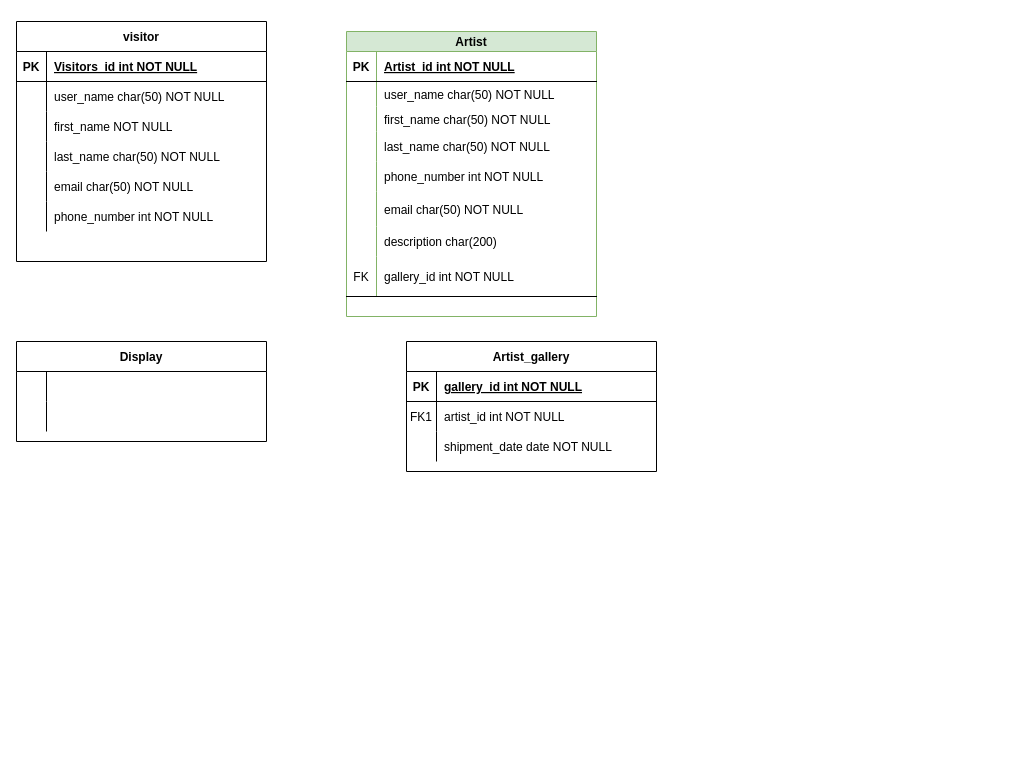
This is Untitled Diagram.drawio from VirtualGallery/Entity-Relationship-Model, a draw.io file, before an edit. Source tidied: cells renumbered, new cells numbered last; positions are measured from the earlier drawing's top-left corner, leaving out a move shared by most shapes. Both pictures are drawn from the tidied source at 100%, with x=0, y=0 at pixel (16, 21).
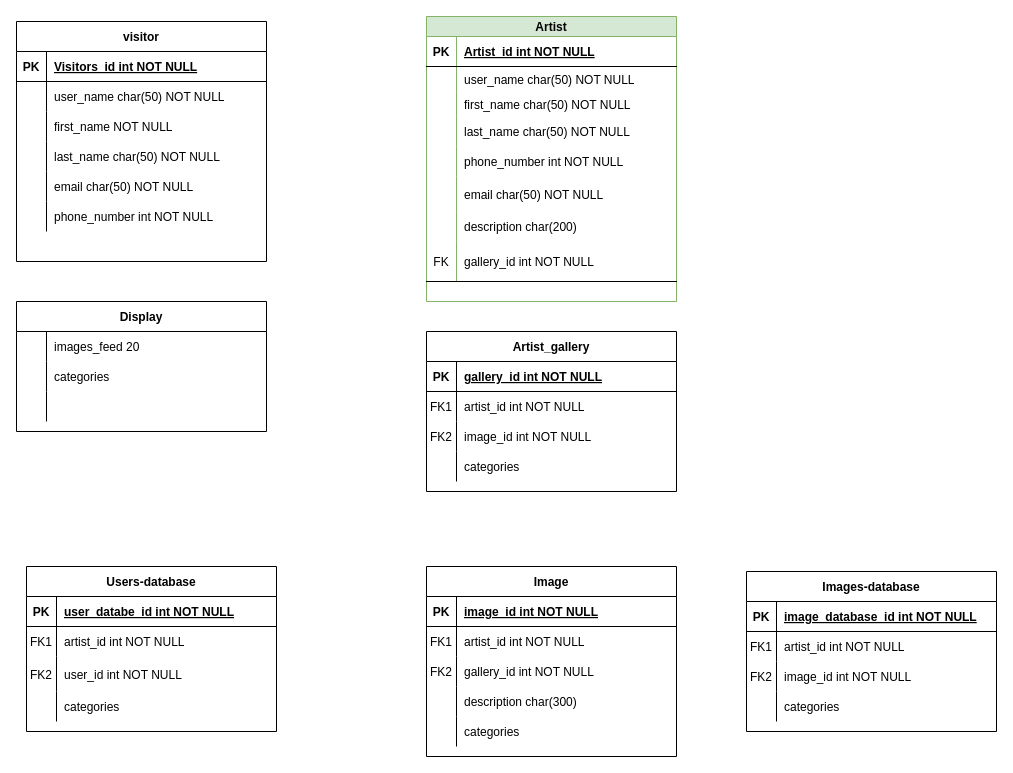
Above is the later version.

The edit, as a diff of the source:
```diff
@@
-    <mxCell id="21" value="Artist_gallery" style="shape=table;startSize=30;childLayout=tableLayout;rowLines=0;fontStyle=1;align=center;" parent="1" vertex="1">
-      <mxGeometry x="390" y="320" width="250" height="130" as="geometry" />
-    </mxCell>
-    <mxCell id="22" style="shape=partialRectangle;fillColor=none;top=0;left=0;right=0;bottom=1;" parent="21" vertex="1">
-      <mxGeometry y="30" width="250" height="30" as="geometry" />
-    </mxCell>
-    <mxCell id="23" value="PK" style="shape=partialRectangle;overflow=hidden;fillColor=none;top=0;left=0;bottom=0;right=0;fontStyle=1;" parent="22" vertex="1">
-      <mxGeometry width="30" height="30" as="geometry" />
-    </mxCell>
-    <mxCell id="24" value="gallery_id int NOT NULL " style="shape=partialRectangle;overflow=hidden;fillColor=none;top=0;left=0;bottom=0;right=0;align=left;spacingLeft=6;fontStyle=5;" parent="22" vertex="1">
-      <mxGeometry x="30" width="220" height="30" as="geometry" />
-    </mxCell>
-    <mxCell id="25" style="shape=partialRectangle;fillColor=none;top=0;left=0;right=0;bottom=0;" parent="21" vertex="1">
-      <mxGeometry y="60" width="250" height="30" as="geometry" />
-    </mxCell>
-    <mxCell id="26" value="FK1" style="shape=partialRectangle;overflow=hidden;fillColor=none;top=0;left=0;bottom=0;right=0;" parent="25" vertex="1">
-      <mxGeometry width="30" height="30" as="geometry" />
-    </mxCell>
-    <mxCell id="27" value="artist_id int NOT NULL" style="shape=partialRectangle;overflow=hidden;fillColor=none;top=0;left=0;bottom=0;right=0;align=left;spacingLeft=6;" parent="25" vertex="1">
-      <mxGeometry x="30" width="220" height="30" as="geometry" />
-    </mxCell>
-    <mxCell id="28" style="shape=partialRectangle;fillColor=none;top=0;left=0;right=0;bottom=0;" parent="21" vertex="1">
-      <mxGeometry y="90" width="250" height="30" as="geometry" />
-    </mxCell>
-    <mxCell id="29" style="shape=partialRectangle;overflow=hidden;fillColor=none;top=0;left=0;bottom=0;right=0;" parent="28" vertex="1">
-      <mxGeometry width="30" height="30" as="geometry" />
-    </mxCell>
-    <mxCell id="30" value="shipment_date date NOT NULL" style="shape=partialRectangle;overflow=hidden;fillColor=none;top=0;left=0;bottom=0;right=0;align=left;spacingLeft=6;" parent="28" vertex="1">
-      <mxGeometry x="30" width="220" height="30" as="geometry" />
-    </mxCell>
-    <mxCell id="31" value="Display" style="shape=table;startSize=30;childLayout=tableLayout;rowLines=0;fontStyle=1;align=center;" parent="1" vertex="1">
-      <mxGeometry y="320" width="250" height="100" as="geometry" />
-    </mxCell>
-    <mxCell id="32" style="shape=partialRectangle;fillColor=none;top=0;left=0;right=0;bottom=0;" parent="31" vertex="1">
-      <mxGeometry y="30" width="250" height="30" as="geometry" />
-    </mxCell>
-    <mxCell id="33" style="shape=partialRectangle;overflow=hidden;fillColor=none;top=0;left=0;bottom=0;right=0;" parent="32" vertex="1">
-      <mxGeometry width="30" height="30" as="geometry" />
-    </mxCell>
-    <mxCell id="34" style="shape=partialRectangle;overflow=hidden;fillColor=none;top=0;left=0;bottom=0;right=0;align=left;spacingLeft=6;" parent="32" vertex="1">
-      <mxGeometry x="30" width="220" height="30" as="geometry" />
-    </mxCell>
-    <mxCell id="35" style="shape=partialRectangle;fillColor=none;top=0;left=0;right=0;bottom=0;" parent="31" vertex="1">
-      <mxGeometry y="60" width="250" height="30" as="geometry" />
-    </mxCell>
-    <mxCell id="36" style="shape=partialRectangle;overflow=hidden;fillColor=none;top=0;left=0;bottom=0;right=0;" parent="35" vertex="1">
-      <mxGeometry width="30" height="30" as="geometry" />
-    </mxCell>
-    <mxCell id="37" style="shape=partialRectangle;overflow=hidden;fillColor=none;top=0;left=0;bottom=0;right=0;align=left;spacingLeft=6;" parent="35" vertex="1">
-      <mxGeometry x="30" width="220" height="30" as="geometry" />
-    </mxCell>
     <mxCell id="38" value="Artist" style="shape=table;startSize=20;childLayout=tableLayout;rowLines=0;fontStyle=1;align=center;fillColor=#d5e8d4;strokeColor=#82b366;" parent="1" vertex="1">
-      <mxGeometry x="330" y="10" width="250" height="285" as="geometry" />
+      <mxGeometry x="410" y="-5" width="250" height="285" as="geometry" />
     </mxCell>
@@
+    <mxCell id="21" value="Artist_gallery" style="shape=table;startSize=30;childLayout=tableLayout;rowLines=0;fontStyle=1;align=center;" parent="1" vertex="1">
+      <mxGeometry x="410" y="310" width="250" height="160" as="geometry" />
+    </mxCell>
+    <mxCell id="22" style="shape=partialRectangle;fillColor=none;top=0;left=0;right=0;bottom=1;" parent="21" vertex="1">
+      <mxGeometry y="30" width="250" height="30" as="geometry" />
+    </mxCell>
+    <mxCell id="23" value="PK" style="shape=partialRectangle;overflow=hidden;fillColor=none;top=0;left=0;bottom=0;right=0;fontStyle=1;" parent="22" vertex="1">
+      <mxGeometry width="30" height="30" as="geometry" />
+    </mxCell>
+    <mxCell id="24" value="gallery_id int NOT NULL " style="shape=partialRectangle;overflow=hidden;fillColor=none;top=0;left=0;bottom=0;right=0;align=left;spacingLeft=6;fontStyle=5;" parent="22" vertex="1">
+      <mxGeometry x="30" width="220" height="30" as="geometry" />
+    </mxCell>
+    <mxCell id="25" style="shape=partialRectangle;fillColor=none;top=0;left=0;right=0;bottom=0;" parent="21" vertex="1">
+      <mxGeometry y="60" width="250" height="30" as="geometry" />
+    </mxCell>
+    <mxCell id="26" value="FK1" style="shape=partialRectangle;overflow=hidden;fillColor=none;top=0;left=0;bottom=0;right=0;" parent="25" vertex="1">
+      <mxGeometry width="30" height="30" as="geometry" />
+    </mxCell>
+    <mxCell id="27" value="artist_id int NOT NULL" style="shape=partialRectangle;overflow=hidden;fillColor=none;top=0;left=0;bottom=0;right=0;align=left;spacingLeft=6;" parent="25" vertex="1">
+      <mxGeometry x="30" width="220" height="30" as="geometry" />
+    </mxCell>
+    <mxCell id="28" style="shape=partialRectangle;fillColor=none;top=0;left=0;right=0;bottom=0;" parent="21" vertex="1">
+      <mxGeometry y="90" width="250" height="30" as="geometry" />
+    </mxCell>
+    <mxCell id="29" value="FK2" style="shape=partialRectangle;overflow=hidden;fillColor=none;top=0;left=0;bottom=0;right=0;" parent="28" vertex="1">
+      <mxGeometry width="30" height="30" as="geometry" />
+    </mxCell>
+    <mxCell id="30" value="image_id int NOT NULL" style="shape=partialRectangle;overflow=hidden;fillColor=none;top=0;left=0;bottom=0;right=0;align=left;spacingLeft=6;" parent="28" vertex="1">
+      <mxGeometry x="30" width="220" height="30" as="geometry" />
+    </mxCell>
+    <mxCell id="63" style="shape=partialRectangle;fillColor=none;top=0;left=0;right=0;bottom=0;" parent="21" vertex="1">
+      <mxGeometry y="120" width="250" height="30" as="geometry" />
+    </mxCell>
+    <mxCell id="64" style="shape=partialRectangle;overflow=hidden;fillColor=none;top=0;left=0;bottom=0;right=0;" parent="63" vertex="1">
+      <mxGeometry width="30" height="30" as="geometry" />
+    </mxCell>
+    <mxCell id="65" value="categories" style="shape=partialRectangle;overflow=hidden;fillColor=none;top=0;left=0;bottom=0;right=0;align=left;spacingLeft=6;" parent="63" vertex="1">
+      <mxGeometry x="30" width="220" height="30" as="geometry" />
+    </mxCell>
+    <mxCell id="66" value="Users-database" style="shape=table;startSize=30;childLayout=tableLayout;rowLines=0;fontStyle=1;align=center;" parent="1" vertex="1">
+      <mxGeometry x="10" y="545" width="250" height="165" as="geometry" />
+    </mxCell>
+    <mxCell id="67" style="shape=partialRectangle;fillColor=none;top=0;left=0;right=0;bottom=1;" parent="66" vertex="1">
+      <mxGeometry y="30" width="250" height="30" as="geometry" />
+    </mxCell>
+    <mxCell id="68" value="PK" style="shape=partialRectangle;overflow=hidden;fillColor=none;top=0;left=0;bottom=0;right=0;fontStyle=1;" parent="67" vertex="1">
+      <mxGeometry width="30" height="30" as="geometry" />
+    </mxCell>
+    <mxCell id="69" value="user_databe_id int NOT NULL " style="shape=partialRectangle;overflow=hidden;fillColor=none;top=0;left=0;bottom=0;right=0;align=left;spacingLeft=6;fontStyle=5;" parent="67" vertex="1">
+      <mxGeometry x="30" width="220" height="30" as="geometry" />
+    </mxCell>
+    <mxCell id="70" style="shape=partialRectangle;fillColor=none;top=0;left=0;right=0;bottom=0;" parent="66" vertex="1">
+      <mxGeometry y="60" width="250" height="30" as="geometry" />
+    </mxCell>
+    <mxCell id="71" value="FK1" style="shape=partialRectangle;overflow=hidden;fillColor=none;top=0;left=0;bottom=0;right=0;" parent="70" vertex="1">
+      <mxGeometry width="30" height="30" as="geometry" />
+    </mxCell>
+    <mxCell id="72" value="artist_id int NOT NULL" style="shape=partialRectangle;overflow=hidden;fillColor=none;top=0;left=0;bottom=0;right=0;align=left;spacingLeft=6;" parent="70" vertex="1">
+      <mxGeometry x="30" width="220" height="30" as="geometry" />
+    </mxCell>
+    <mxCell id="73" style="shape=partialRectangle;fillColor=none;top=0;left=0;right=0;bottom=0;" parent="66" vertex="1">
+      <mxGeometry y="90" width="250" height="35" as="geometry" />
+    </mxCell>
+    <mxCell id="74" value="FK2" style="shape=partialRectangle;overflow=hidden;fillColor=none;top=0;left=0;bottom=0;right=0;" parent="73" vertex="1">
+      <mxGeometry width="30" height="35" as="geometry" />
+    </mxCell>
+    <mxCell id="75" value="user_id int NOT NULL" style="shape=partialRectangle;overflow=hidden;fillColor=none;top=0;left=0;bottom=0;right=0;align=left;spacingLeft=6;" parent="73" vertex="1">
+      <mxGeometry x="30" width="220" height="35" as="geometry" />
+    </mxCell>
+    <mxCell id="76" style="shape=partialRectangle;fillColor=none;top=0;left=0;right=0;bottom=0;" parent="66" vertex="1">
+      <mxGeometry y="125" width="250" height="30" as="geometry" />
+    </mxCell>
+    <mxCell id="77" style="shape=partialRectangle;overflow=hidden;fillColor=none;top=0;left=0;bottom=0;right=0;" parent="76" vertex="1">
+      <mxGeometry width="30" height="30" as="geometry" />
+    </mxCell>
+    <mxCell id="78" value="categories" style="shape=partialRectangle;overflow=hidden;fillColor=none;top=0;left=0;bottom=0;right=0;align=left;spacingLeft=6;" parent="76" vertex="1">
+      <mxGeometry x="30" width="220" height="30" as="geometry" />
+    </mxCell>
+    <mxCell id="31" value="Display" style="shape=table;startSize=30;childLayout=tableLayout;rowLines=0;fontStyle=1;align=center;" parent="1" vertex="1">
+      <mxGeometry y="280" width="250" height="130" as="geometry" />
+    </mxCell>
+    <mxCell id="32" style="shape=partialRectangle;fillColor=none;top=0;left=0;right=0;bottom=0;" parent="31" vertex="1">
+      <mxGeometry y="30" width="250" height="30" as="geometry" />
+    </mxCell>
+    <mxCell id="33" style="shape=partialRectangle;overflow=hidden;fillColor=none;top=0;left=0;bottom=0;right=0;" parent="32" vertex="1">
+      <mxGeometry width="30" height="30" as="geometry" />
+    </mxCell>
+    <mxCell id="34" value="images_feed 20 " style="shape=partialRectangle;overflow=hidden;fillColor=none;top=0;left=0;bottom=0;right=0;align=left;spacingLeft=6;" parent="32" vertex="1">
+      <mxGeometry x="30" width="220" height="30" as="geometry" />
+    </mxCell>
+    <mxCell id="35" style="shape=partialRectangle;fillColor=none;top=0;left=0;right=0;bottom=0;" parent="31" vertex="1">
+      <mxGeometry y="60" width="250" height="30" as="geometry" />
+    </mxCell>
+    <mxCell id="36" style="shape=partialRectangle;overflow=hidden;fillColor=none;top=0;left=0;bottom=0;right=0;" parent="35" vertex="1">
+      <mxGeometry width="30" height="30" as="geometry" />
+    </mxCell>
+    <mxCell id="37" value="categories" style="shape=partialRectangle;overflow=hidden;fillColor=none;top=0;left=0;bottom=0;right=0;align=left;spacingLeft=6;" parent="35" vertex="1">
+      <mxGeometry x="30" width="220" height="30" as="geometry" />
+    </mxCell>
+    <mxCell id="79" style="shape=partialRectangle;fillColor=none;top=0;left=0;right=0;bottom=0;" parent="31" vertex="1">
+      <mxGeometry y="90" width="250" height="30" as="geometry" />
+    </mxCell>
+    <mxCell id="80" style="shape=partialRectangle;overflow=hidden;fillColor=none;top=0;left=0;bottom=0;right=0;" parent="79" vertex="1">
+      <mxGeometry width="30" height="30" as="geometry" />
+    </mxCell>
+    <mxCell id="81" style="shape=partialRectangle;overflow=hidden;fillColor=none;top=0;left=0;bottom=0;right=0;align=left;spacingLeft=6;" parent="79" vertex="1">
+      <mxGeometry x="30" width="220" height="30" as="geometry" />
+    </mxCell>
+    <mxCell id="82" value="Image" style="shape=table;startSize=30;childLayout=tableLayout;rowLines=0;fontStyle=1;align=center;" parent="1" vertex="1">
+      <mxGeometry x="410" y="545" width="250" height="190" as="geometry" />
+    </mxCell>
+    <mxCell id="83" style="shape=partialRectangle;fillColor=none;top=0;left=0;right=0;bottom=1;" parent="82" vertex="1">
+      <mxGeometry y="30" width="250" height="30" as="geometry" />
+    </mxCell>
+    <mxCell id="84" value="PK" style="shape=partialRectangle;overflow=hidden;fillColor=none;top=0;left=0;bottom=0;right=0;fontStyle=1;" parent="83" vertex="1">
+      <mxGeometry width="30" height="30" as="geometry" />
+    </mxCell>
+    <mxCell id="85" value="image_id int NOT NULL " style="shape=partialRectangle;overflow=hidden;fillColor=none;top=0;left=0;bottom=0;right=0;align=left;spacingLeft=6;fontStyle=5;" parent="83" vertex="1">
+      <mxGeometry x="30" width="220" height="30" as="geometry" />
+    </mxCell>
+    <mxCell id="86" style="shape=partialRectangle;fillColor=none;top=0;left=0;right=0;bottom=0;" parent="82" vertex="1">
+      <mxGeometry y="60" width="250" height="30" as="geometry" />
+    </mxCell>
+    <mxCell id="87" value="FK1" style="shape=partialRectangle;overflow=hidden;fillColor=none;top=0;left=0;bottom=0;right=0;" parent="86" vertex="1">
+      <mxGeometry width="30" height="30" as="geometry" />
+    </mxCell>
+    <mxCell id="88" value="artist_id int NOT NULL" style="shape=partialRectangle;overflow=hidden;fillColor=none;top=0;left=0;bottom=0;right=0;align=left;spacingLeft=6;" parent="86" vertex="1">
+      <mxGeometry x="30" width="220" height="30" as="geometry" />
+    </mxCell>
+    <mxCell id="89" style="shape=partialRectangle;fillColor=none;top=0;left=0;right=0;bottom=0;" parent="82" vertex="1">
+      <mxGeometry y="90" width="250" height="30" as="geometry" />
+    </mxCell>
+    <mxCell id="90" value="FK2" style="shape=partialRectangle;overflow=hidden;fillColor=none;top=0;left=0;bottom=0;right=0;" parent="89" vertex="1">
+      <mxGeometry width="30" height="30" as="geometry" />
+    </mxCell>
+    <mxCell id="91" value="gallery_id int NOT NULL" style="shape=partialRectangle;overflow=hidden;fillColor=none;top=0;left=0;bottom=0;right=0;align=left;spacingLeft=6;" parent="89" vertex="1">
+      <mxGeometry x="30" width="220" height="30" as="geometry" />
+    </mxCell>
+    <mxCell id="92" style="shape=partialRectangle;fillColor=none;top=0;left=0;right=0;bottom=0;" parent="82" vertex="1">
+      <mxGeometry y="120" width="250" height="30" as="geometry" />
+    </mxCell>
+    <mxCell id="93" style="shape=partialRectangle;overflow=hidden;fillColor=none;top=0;left=0;bottom=0;right=0;" parent="92" vertex="1">
+      <mxGeometry width="30" height="30" as="geometry" />
+    </mxCell>
+    <mxCell id="94" value="description char(300) " style="shape=partialRectangle;overflow=hidden;fillColor=none;top=0;left=0;bottom=0;right=0;align=left;spacingLeft=6;" parent="92" vertex="1">
+      <mxGeometry x="30" width="220" height="30" as="geometry" />
+    </mxCell>
+    <mxCell id="95" style="shape=partialRectangle;fillColor=none;top=0;left=0;right=0;bottom=0;" parent="82" vertex="1">
+      <mxGeometry y="150" width="250" height="30" as="geometry" />
+    </mxCell>
+    <mxCell id="96" style="shape=partialRectangle;overflow=hidden;fillColor=none;top=0;left=0;bottom=0;right=0;" parent="95" vertex="1">
+      <mxGeometry width="30" height="30" as="geometry" />
+    </mxCell>
+    <mxCell id="97" value="categories" style="shape=partialRectangle;overflow=hidden;fillColor=none;top=0;left=0;bottom=0;right=0;align=left;spacingLeft=6;" parent="95" vertex="1">
+      <mxGeometry x="30" width="220" height="30" as="geometry" />
+    </mxCell>
+    <mxCell id="98" value="Images-database" style="shape=table;startSize=30;childLayout=tableLayout;rowLines=0;fontStyle=1;align=center;" parent="1" vertex="1">
+      <mxGeometry x="730" y="550" width="250" height="160" as="geometry" />
+    </mxCell>
+    <mxCell id="99" style="shape=partialRectangle;fillColor=none;top=0;left=0;right=0;bottom=1;" parent="98" vertex="1">
+      <mxGeometry y="30" width="250" height="30" as="geometry" />
+    </mxCell>
+    <mxCell id="100" value="PK" style="shape=partialRectangle;overflow=hidden;fillColor=none;top=0;left=0;bottom=0;right=0;fontStyle=1;" parent="99" vertex="1">
+      <mxGeometry width="30" height="30" as="geometry" />
+    </mxCell>
+    <mxCell id="101" value="image_database_id int NOT NULL " style="shape=partialRectangle;overflow=hidden;fillColor=none;top=0;left=0;bottom=0;right=0;align=left;spacingLeft=6;fontStyle=5;" parent="99" vertex="1">
+      <mxGeometry x="30" width="220" height="30" as="geometry" />
+    </mxCell>
+    <mxCell id="102" style="shape=partialRectangle;fillColor=none;top=0;left=0;right=0;bottom=0;" parent="98" vertex="1">
+      <mxGeometry y="60" width="250" height="30" as="geometry" />
+    </mxCell>
+    <mxCell id="103" value="FK1" style="shape=partialRectangle;overflow=hidden;fillColor=none;top=0;left=0;bottom=0;right=0;" parent="102" vertex="1">
+      <mxGeometry width="30" height="30" as="geometry" />
+    </mxCell>
+    <mxCell id="104" value="artist_id int NOT NULL" style="shape=partialRectangle;overflow=hidden;fillColor=none;top=0;left=0;bottom=0;right=0;align=left;spacingLeft=6;" parent="102" vertex="1">
+      <mxGeometry x="30" width="220" height="30" as="geometry" />
+    </mxCell>
+    <mxCell id="105" style="shape=partialRectangle;fillColor=none;top=0;left=0;right=0;bottom=0;" parent="98" vertex="1">
+      <mxGeometry y="90" width="250" height="30" as="geometry" />
+    </mxCell>
+    <mxCell id="106" value="FK2" style="shape=partialRectangle;overflow=hidden;fillColor=none;top=0;left=0;bottom=0;right=0;" parent="105" vertex="1">
+      <mxGeometry width="30" height="30" as="geometry" />
+    </mxCell>
+    <mxCell id="107" value="image_id int NOT NULL" style="shape=partialRectangle;overflow=hidden;fillColor=none;top=0;left=0;bottom=0;right=0;align=left;spacingLeft=6;" parent="105" vertex="1">
+      <mxGeometry x="30" width="220" height="30" as="geometry" />
+    </mxCell>
+    <mxCell id="108" style="shape=partialRectangle;fillColor=none;top=0;left=0;right=0;bottom=0;" parent="98" vertex="1">
+      <mxGeometry y="120" width="250" height="30" as="geometry" />
+    </mxCell>
+    <mxCell id="109" style="shape=partialRectangle;overflow=hidden;fillColor=none;top=0;left=0;bottom=0;right=0;" parent="108" vertex="1">
+      <mxGeometry width="30" height="30" as="geometry" />
+    </mxCell>
+    <mxCell id="110" value="categories" style="shape=partialRectangle;overflow=hidden;fillColor=none;top=0;left=0;bottom=0;right=0;align=left;spacingLeft=6;" parent="108" vertex="1">
+      <mxGeometry x="30" width="220" height="30" as="geometry" />
+    </mxCell>
```
